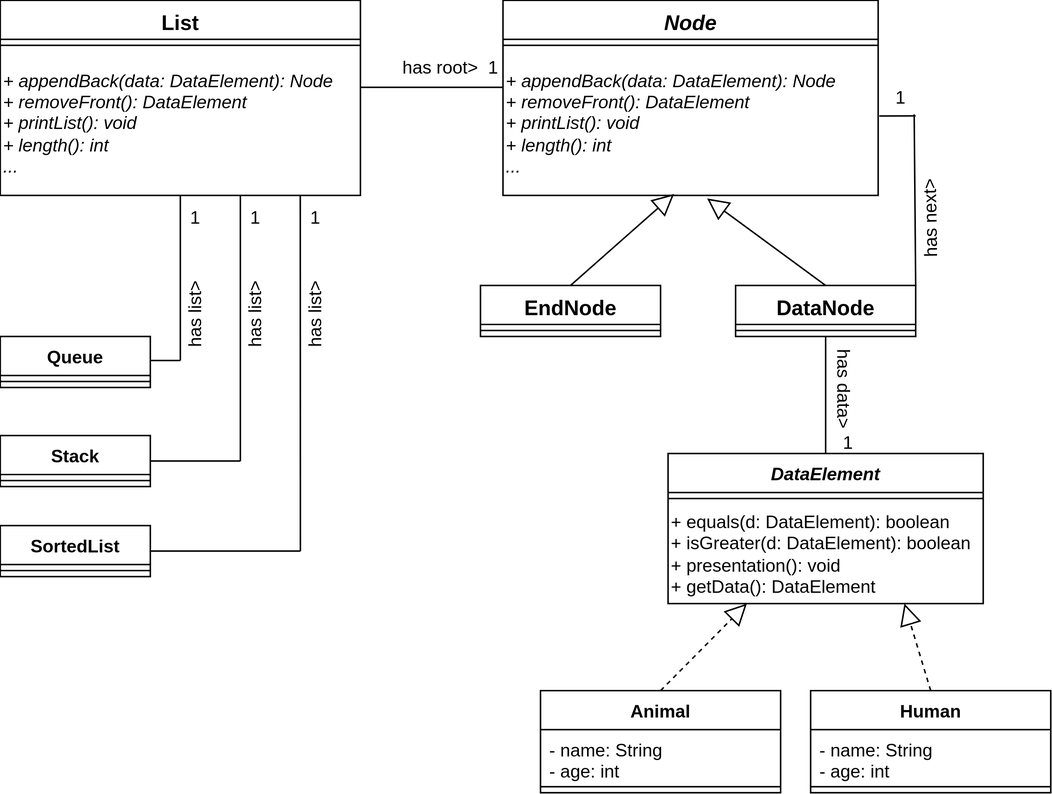
This is Scripts/listsScript/media/drawio/adapter_lists.drawio.svg from Lelidle/Java, a draw.io export, as it was before one commit. Source tidied: cells renumbered, new cells last; positions are measured from the earlier drawing's top-left corner, leaving out a move shared by most shapes.
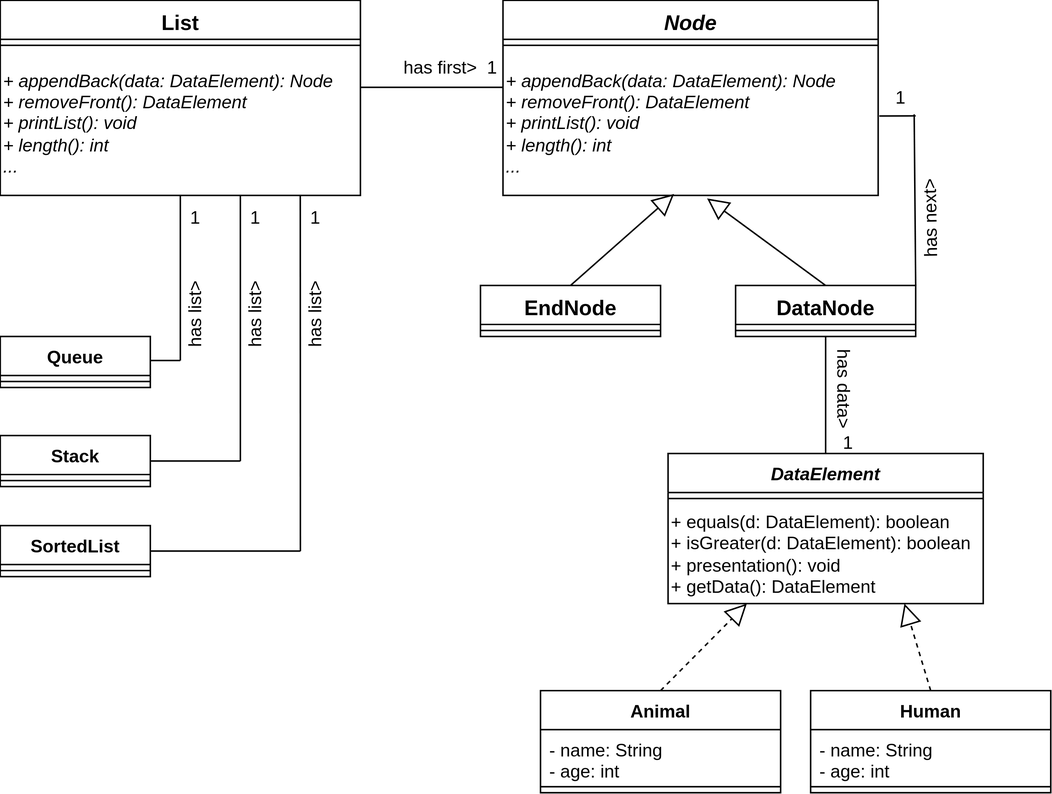
After the commit.

The edit, as a diff of the source:
```diff
@@ -74,7 +74,7 @@
     <mxCell id="25" style="endArrow=none;html=1;exitX=0.5;exitY=1;exitDx=0;exitDy=0;entryX=0.5;entryY=0;entryDx=0;entryDy=0;endFill=0;" parent="1" edge="1" source="10" target="17">
       <mxGeometry relative="1" as="geometry" />
     </mxCell>
-    <mxCell id="26" value="has root&amp;gt;&amp;nbsp; 1" style="text;html=1;strokeColor=none;fillColor=none;align=center;verticalAlign=middle;whiteSpace=wrap;rounded=0;" parent="1" vertex="1">
+    <mxCell id="26" value="has first&amp;gt;&amp;nbsp; 1" style="text;html=1;strokeColor=none;fillColor=none;align=center;verticalAlign=middle;whiteSpace=wrap;rounded=0;" parent="1" vertex="1">
       <mxGeometry x="260" y="30" width="80" height="30" as="geometry" />
     </mxCell>
     <mxCell id="27" value="has data&amp;gt;" style="text;html=1;strokeColor=none;fillColor=none;align=center;verticalAlign=middle;whiteSpace=wrap;rounded=0;rotation=90;" parent="1" vertex="1">
```
